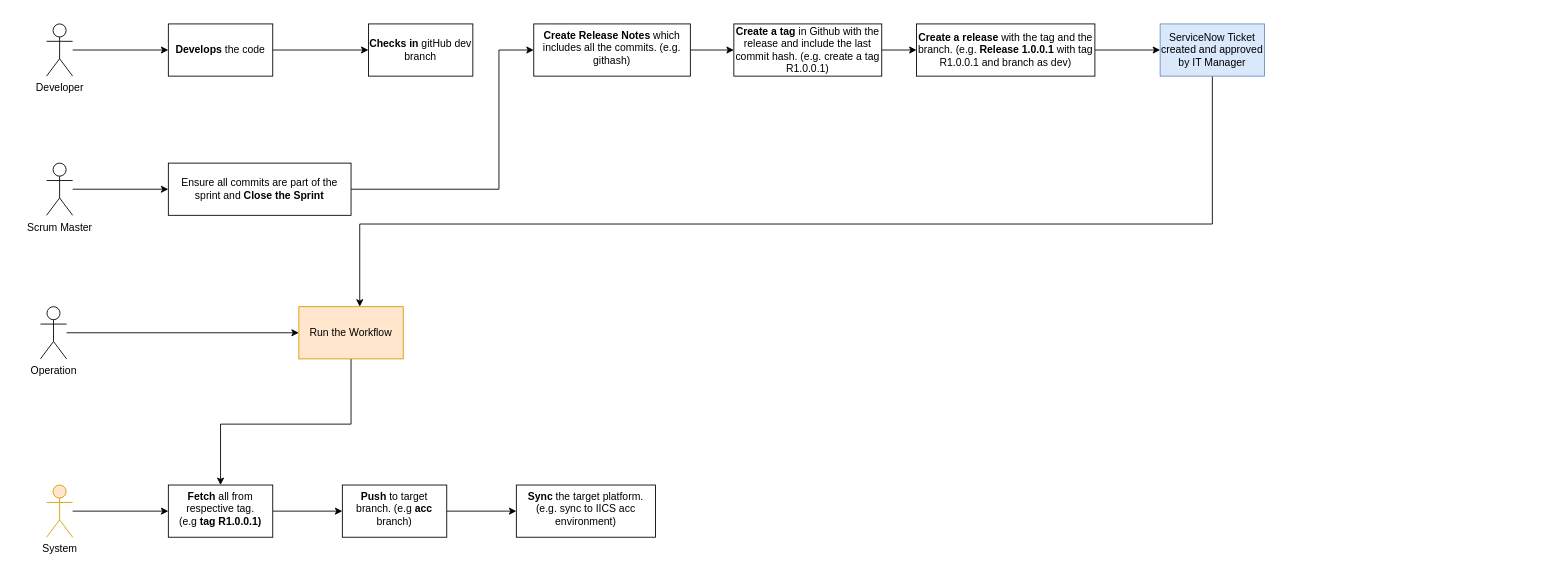
Above: page "CI-CD-Workflow" (25 of 25) of OT.drawio in biswarup81/drawings (draw.io), before the change. Source tidied: cells renumbered, new cells numbered last; positions are measured from the earlier drawing's top-left corner, leaving out a move shared by most shapes. Both pictures are drawn from the tidied source at 87%, with x=0, y=0 at pixel (40, 23).
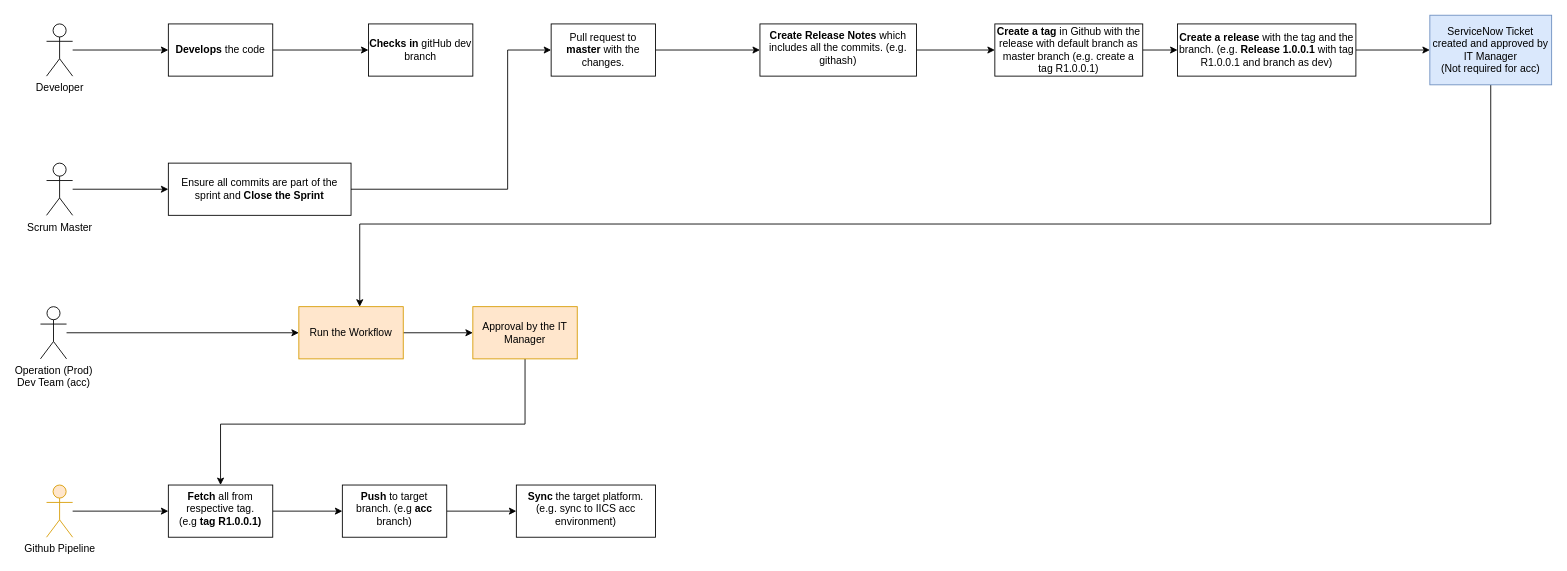
After the change.

The change refers to these unchanged cells:
```xml
<mxCell id="10" value="Ensure all commits are part of the sprint and &lt;b&gt;Close the Sprint&lt;/b&gt;" style="whiteSpace=wrap;html=1;verticalAlign=middle;" parent="1" vertex="1">
  <mxGeometry x="147" y="160" width="210" height="60" as="geometry" />
</mxCell>
<mxCell id="12" value="Run the Workflow" style="whiteSpace=wrap;html=1;verticalAlign=middle;fillColor=#ffe6cc;strokeColor=#d79b00;" parent="1" vertex="1">
  <mxGeometry x="297" y="325" width="120" height="60" as="geometry" />
</mxCell>
<mxCell id="18" value="&lt;b&gt;Fetch &lt;/b&gt;all from respective tag. (e.g&amp;nbsp;&lt;b&gt;tag R1.0.0.1)&lt;/b&gt;" style="whiteSpace=wrap;html=1;verticalAlign=top;" parent="1" vertex="1">
  <mxGeometry x="147" y="530" width="120" height="60" as="geometry" />
</mxCell>
```

The edit, as a diff of the source:
```diff
@@
-    <mxCell id="9" style="edgeStyle=orthogonalEdgeStyle;rounded=0;jettySize=auto;html=1;entryX=0;entryY=0.5;entryDx=0;entryDy=0;" parent="1" edge="1" source="10" target="24">
-      <mxGeometry relative="1" as="geometry">
-        <Array as="points">
-          <mxPoint x="527" y="190" />
-          <mxPoint x="527" y="30" />
-        </Array>
-      </mxGeometry>
-    </mxCell>
@@
-    <mxCell id="11" style="edgeStyle=orthogonalEdgeStyle;rounded=0;jettySize=auto;html=1;" parent="1" edge="1" source="12" target="18">
+    <mxCell id="11" style="edgeStyle=orthogonalEdgeStyle;rounded=0;jettySize=auto;html=1;exitX=0.5;exitY=1;exitDx=0;exitDy=0;" parent="1" edge="1" source="31" target="18">
       <mxGeometry relative="1" as="geometry">
         <Array as="points">
-          <mxPoint x="357" y="460" />
+          <mxPoint x="557" y="460" />
           <mxPoint x="207" y="460" />
         </Array>
       </mxGeometry>
     </mxCell>
+    <mxCell id="30" style="edgeStyle=orthogonalEdgeStyle;rounded=0;jettySize=auto;html=1;" parent="1" edge="1" source="12" target="31">
+      <mxGeometry relative="1" as="geometry" />
+    </mxCell>
@@
-    <mxCell id="14" value="&lt;b&gt;Create a tag&lt;/b&gt; in Github with the release and include the last commit hash. (e.g. create a tag R1.0.0.1)" style="whiteSpace=wrap;html=1;" parent="1" vertex="1">
-      <mxGeometry x="797" width="170" height="60" as="geometry" />
+    <mxCell id="14" value="&lt;b&gt;Create a tag&lt;/b&gt; in Github with the release with default branch as master branch (e.g. create a tag R1.0.0.1)" style="whiteSpace=wrap;html=1;" parent="1" vertex="1">
+      <mxGeometry x="1097" width="170" height="60" as="geometry" />
     </mxCell>
@@
-    <mxCell id="16" value="System" style="shape=umlActor;verticalLabelPosition=bottom;verticalAlign=top;html=1;outlineConnect=0;fillColor=#ffe6cc;strokeColor=#d79b00;" parent="1" vertex="1">
+    <mxCell id="16" value="Github Pipeline" style="shape=umlActor;verticalLabelPosition=bottom;verticalAlign=top;html=1;outlineConnect=0;fillColor=#ffe6cc;strokeColor=#d79b00;" parent="1" vertex="1">
       <mxGeometry x="7" y="530" width="30" height="60" as="geometry" />
     </mxCell>
@@
-    <mxCell id="22" value="Operation" style="shape=umlActor;verticalLabelPosition=bottom;verticalAlign=top;html=1;outlineConnect=0;" parent="1" vertex="1">
+    <mxCell id="22" value="Operation (Prod)&lt;div&gt;Dev Team (acc)&lt;/div&gt;" style="shape=umlActor;verticalLabelPosition=bottom;verticalAlign=top;html=1;outlineConnect=0;" parent="1" vertex="1">
       <mxGeometry y="325" width="30" height="60" as="geometry" />
     </mxCell>
@@
     <mxCell id="24" value="&lt;b&gt;Create Release Notes&lt;/b&gt; which includes all the commits. (e.g. githash)" style="whiteSpace=wrap;html=1;verticalAlign=top;" parent="1" vertex="1">
-      <mxGeometry x="567" width="180" height="60" as="geometry" />
+      <mxGeometry x="827" width="180" height="60" as="geometry" />
     </mxCell>
@@
     <mxCell id="26" value="&lt;b&gt;Create a release&lt;/b&gt; with the tag and the branch. (e.g. &lt;b&gt;Release 1.0.0.1&lt;/b&gt; with tag R1.0.0.1 and branch as dev)" style="whiteSpace=wrap;html=1;" parent="1" vertex="1">
-      <mxGeometry x="1007" width="205" height="60" as="geometry" />
+      <mxGeometry x="1307" width="205" height="60" as="geometry" />
     </mxCell>
@@
     <mxCell id="28" style="edgeStyle=orthogonalEdgeStyle;rounded=0;jettySize=auto;html=1;" parent="1" edge="1" source="29" target="12">
       <mxGeometry relative="1" as="geometry">
         <Array as="points">
-          <mxPoint x="1347" y="230" />
+          <mxPoint x="1667" y="230" />
           <mxPoint x="367" y="230" />
         </Array>
       </mxGeometry>
     </mxCell>
-    <mxCell id="29" value="ServiceNow Ticket created and approved by IT Manager" style="whiteSpace=wrap;html=1;fillColor=#dae8fc;strokeColor=#6c8ebf;" parent="1" vertex="1">
-      <mxGeometry x="1287" width="120" height="60" as="geometry" />
+    <mxCell id="29" value="ServiceNow Ticket created and approved by IT Manager&lt;div&gt;(Not required for acc)&lt;/div&gt;" style="whiteSpace=wrap;html=1;fillColor=#dae8fc;strokeColor=#6c8ebf;" parent="1" vertex="1">
+      <mxGeometry x="1597" y="-10" width="140" height="80" as="geometry" />
     </mxCell>
+    <mxCell id="31" value="Approval by the IT Manager" style="whiteSpace=wrap;html=1;fillColor=#ffe6cc;strokeColor=#d79b00;" parent="1" vertex="1">
+      <mxGeometry x="497" y="325" width="120" height="60" as="geometry" />
+    </mxCell>
+    <mxCell id="32" style="edgeStyle=orthogonalEdgeStyle;rounded=0;jettySize=auto;html=1;entryX=0;entryY=0.5;entryDx=0;entryDy=0;" parent="1" edge="1" source="10" target="34">
+      <mxGeometry relative="1" as="geometry">
+        <Array as="points">
+          <mxPoint x="537" y="190" />
+          <mxPoint x="537" y="30" />
+        </Array>
+      </mxGeometry>
+    </mxCell>
+    <mxCell id="33" style="edgeStyle=orthogonalEdgeStyle;rounded=0;jettySize=auto;html=1;" parent="1" edge="1" source="34" target="24">
+      <mxGeometry relative="1" as="geometry" />
+    </mxCell>
+    <mxCell id="34" value="Pull request to &lt;b&gt;master &lt;/b&gt;with the changes." style="rounded=0;whiteSpace=wrap;html=1;" parent="1" vertex="1">
+      <mxGeometry x="587" width="120" height="60" as="geometry" />
+    </mxCell>
```
